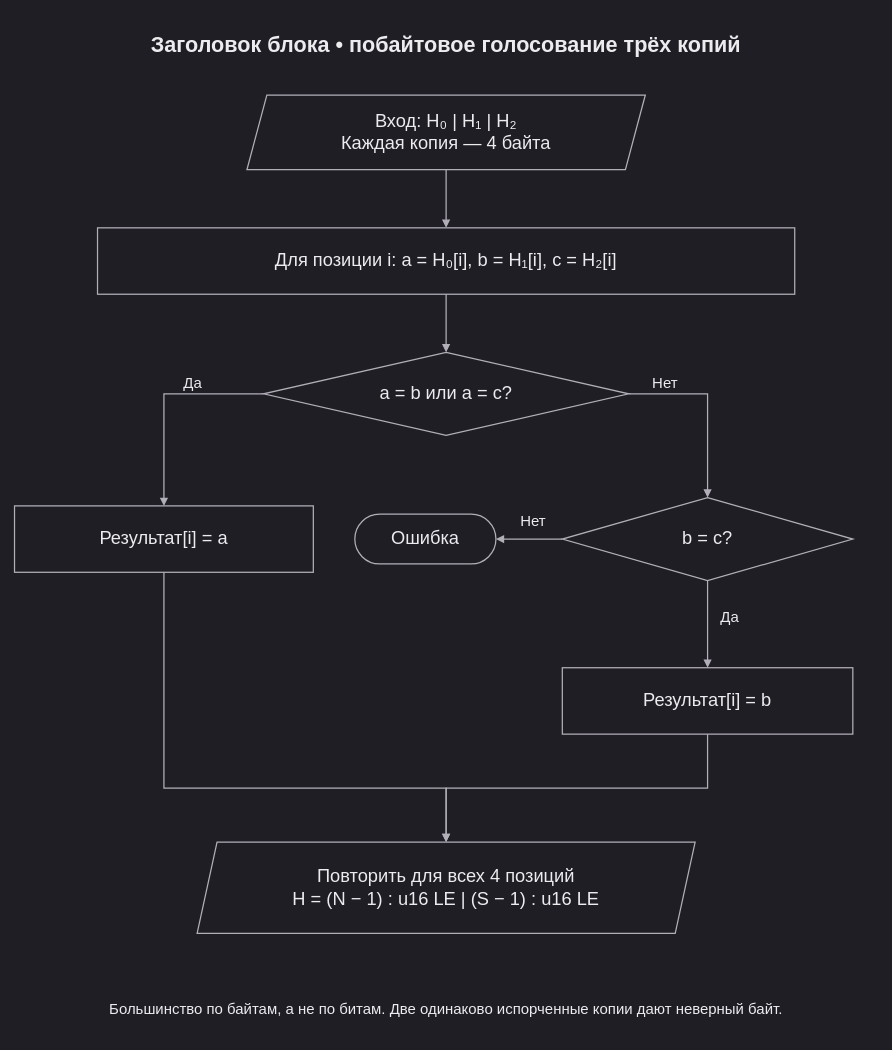
Above: page "triplication" (27 of 29) of docs/diagrams.drawio in SM1LEK/TEST (draw.io), before the change. Source tidied: cells renumbered, new cells numbered last; positions are measured from the earlier drawing's top-left corner, leaving out a move shared by most shapes. Both pictures are drawn from the tidied source at 83%, with x=0, y=0 at pixel (14, 23).
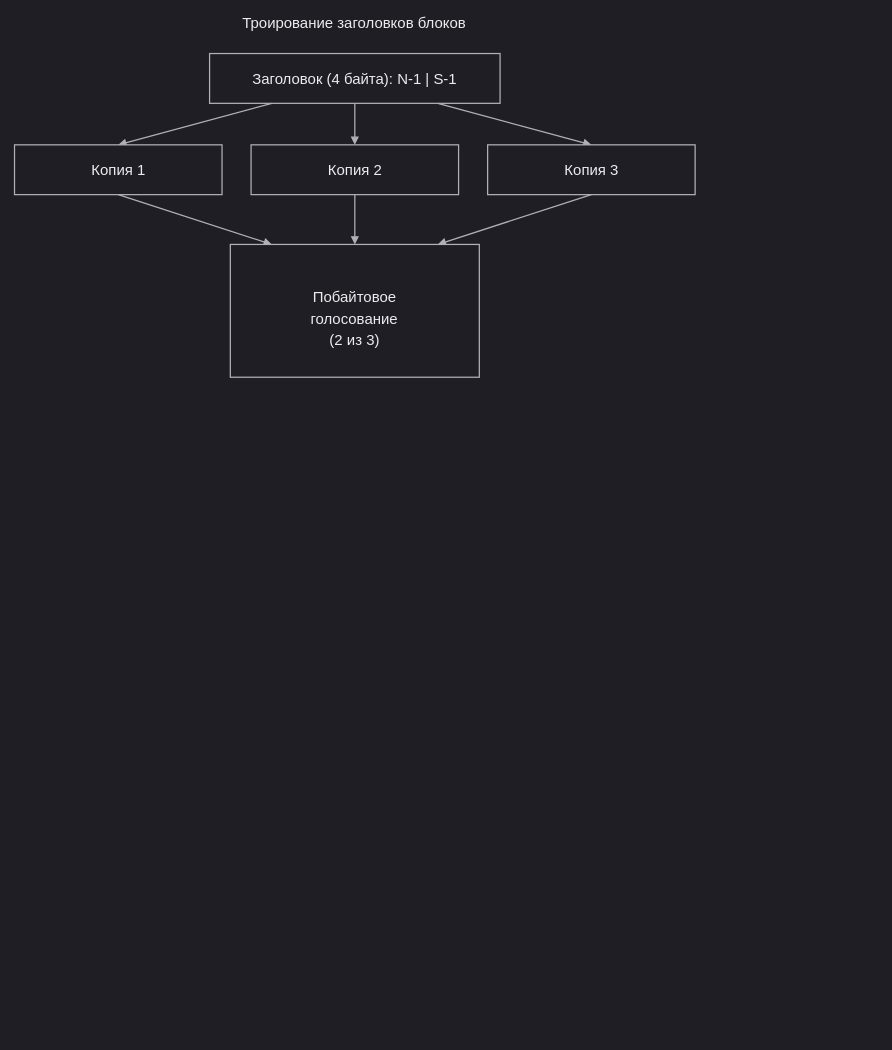
Above is the later version.

The edit, as a diff of the source:
```diff
@@
-    <mxCell id="2" value="Заголовок блока • побайтовое голосование трёх копий" style="text;whiteSpace=wrap;html=0;fontFamily=Arial;fontSize=26;fontColor=#ececef;strokeColor=#b3afb9;fillColor=#1f1e24;strokeWidth=1.5;align=center;verticalAlign=middle;spacing=10;labelBackgroundColor=none;fontStyle=1;strokeColor=none;fillColor=none;" parent="1" vertex="1">
-      <mxGeometry width="1040" height="52" as="geometry" />
-    </mxCell>
-    <mxCell id="3" value="Вход: H₀ | H₁ | H₂&#10;Каждая копия — 4 байта" style="whiteSpace=wrap;html=0;fontFamily=Arial;fontSize=22;fontColor=#ececef;strokeColor=#b3afb9;fillColor=#1f1e24;strokeWidth=1.5;align=center;verticalAlign=middle;spacing=10;labelBackgroundColor=none;shape=parallelogram;perimeter=parallelogramPerimeter;fixedSize=1;size=24;" parent="1" vertex="1">
-      <mxGeometry x="280" y="86" width="480" height="90" as="geometry" />
-    </mxCell>
-    <mxCell id="4" value="Для позиции i: a = H₀[i], b = H₁[i], c = H₂[i]" style="whiteSpace=wrap;html=0;fontFamily=Arial;fontSize=22;fontColor=#ececef;strokeColor=#b3afb9;fillColor=#1f1e24;strokeWidth=1.5;align=center;verticalAlign=middle;spacing=10;labelBackgroundColor=none;rounded=0;" parent="1" vertex="1">
-      <mxGeometry x="100" y="246" width="840" height="80" as="geometry" />
-    </mxCell>
-    <mxCell id="5" value="a = b или a = c?" style="whiteSpace=wrap;html=0;fontFamily=Arial;fontSize=22;fontColor=#ececef;strokeColor=#b3afb9;fillColor=#1f1e24;strokeWidth=1.5;align=center;verticalAlign=middle;spacing=10;labelBackgroundColor=none;shape=rhombus;perimeter=rhombusPerimeter;" parent="1" vertex="1">
-      <mxGeometry x="300" y="396" width="440" height="100" as="geometry" />
-    </mxCell>
-    <mxCell id="6" value="Результат[i] = a" style="whiteSpace=wrap;html=0;fontFamily=Arial;fontSize=22;fontColor=#ececef;strokeColor=#b3afb9;fillColor=#1f1e24;strokeWidth=1.5;align=center;verticalAlign=middle;spacing=10;labelBackgroundColor=none;rounded=0;" parent="1" vertex="1">
-      <mxGeometry y="581" width="360" height="80" as="geometry" />
-    </mxCell>
-    <mxCell id="7" value="b = c?" style="whiteSpace=wrap;html=0;fontFamily=Arial;fontSize=22;fontColor=#ececef;strokeColor=#b3afb9;fillColor=#1f1e24;strokeWidth=1.5;align=center;verticalAlign=middle;spacing=10;labelBackgroundColor=none;shape=rhombus;perimeter=rhombusPerimeter;" parent="1" vertex="1">
-      <mxGeometry x="660" y="571" width="350" height="100" as="geometry" />
-    </mxCell>
-    <mxCell id="8" value="Результат[i] = b" style="whiteSpace=wrap;html=0;fontFamily=Arial;fontSize=22;fontColor=#ececef;strokeColor=#b3afb9;fillColor=#1f1e24;strokeWidth=1.5;align=center;verticalAlign=middle;spacing=10;labelBackgroundColor=none;rounded=0;" parent="1" vertex="1">
-      <mxGeometry x="660" y="776" width="350" height="80" as="geometry" />
-    </mxCell>
-    <mxCell id="9" value="Ошибка" style="whiteSpace=wrap;html=0;fontFamily=Arial;fontSize=22;fontColor=#ececef;strokeColor=#b3afb9;fillColor=#1f1e24;strokeWidth=1.5;align=center;verticalAlign=middle;spacing=10;labelBackgroundColor=none;rounded=1;absoluteArcSize=1;arcSize=60;" parent="1" vertex="1">
-      <mxGeometry x="410" y="591" width="170" height="60" as="geometry" />
-    </mxCell>
-    <mxCell id="10" style="edgeStyle=none;rounded=0;html=0;strokeColor=#b3afb9;strokeWidth=1.5;endArrow=block;endFill=1;exitX=0.5;exitY=1;entryX=0.5;entryY=0;exitPerimeter=1;entryPerimeter=1;dashed=0;" parent="1" edge="1" source="3" target="4">
-      <mxGeometry relative="1" as="geometry" />
-    </mxCell>
-    <mxCell id="11" style="edgeStyle=none;rounded=0;html=0;strokeColor=#b3afb9;strokeWidth=1.5;endArrow=block;endFill=1;exitX=0.5;exitY=1;entryX=0.5;entryY=0;exitPerimeter=1;entryPerimeter=1;dashed=0;" parent="1" edge="1" source="4" target="5">
-      <mxGeometry relative="1" as="geometry" />
-    </mxCell>
-    <mxCell id="12" style="edgeStyle=none;rounded=0;html=0;strokeColor=#b3afb9;strokeWidth=1.5;endArrow=block;endFill=1;exitX=0;exitY=0.5;entryX=0.5;entryY=0;exitPerimeter=1;entryPerimeter=1;dashed=0;" parent="1" edge="1" source="5" target="6">
-      <mxGeometry relative="1" as="geometry">
-        <Array as="points">
-          <mxPoint x="180" y="446" />
-        </Array>
-      </mxGeometry>
-    </mxCell>
-    <mxCell id="13" value="Да" style="text;whiteSpace=wrap;html=0;fontFamily=Arial;fontSize=18;fontColor=#ececef;strokeColor=#b3afb9;fillColor=#1f1e24;strokeWidth=1.5;align=center;verticalAlign=middle;spacing=10;labelBackgroundColor=none;strokeColor=none;fillColor=none;" parent="1" vertex="1">
-      <mxGeometry x="181" y="420" width="68" height="28" as="geometry" />
-    </mxCell>
-    <mxCell id="14" style="edgeStyle=none;rounded=0;html=0;strokeColor=#b3afb9;strokeWidth=1.5;endArrow=block;endFill=1;exitX=1;exitY=0.5;entryX=0.5;entryY=0;exitPerimeter=1;entryPerimeter=1;dashed=0;" parent="1" edge="1" source="5" target="7">
-      <mxGeometry relative="1" as="geometry">
-        <Array as="points">
-          <mxPoint x="835" y="446" />
-        </Array>
-      </mxGeometry>
-    </mxCell>
-    <mxCell id="15" value="Нет" style="text;whiteSpace=wrap;html=0;fontFamily=Arial;fontSize=18;fontColor=#ececef;strokeColor=#b3afb9;fillColor=#1f1e24;strokeWidth=1.5;align=center;verticalAlign=middle;spacing=10;labelBackgroundColor=none;strokeColor=none;fillColor=none;" parent="1" vertex="1">
-      <mxGeometry x="750" y="420" width="68" height="28" as="geometry" />
-    </mxCell>
-    <mxCell id="16" style="edgeStyle=none;rounded=0;html=0;strokeColor=#b3afb9;strokeWidth=1.5;endArrow=block;endFill=1;exitX=0.5;exitY=1;entryX=0.5;entryY=0;exitPerimeter=1;entryPerimeter=1;dashed=0;" parent="1" edge="1" source="7" target="8">
-      <mxGeometry relative="1" as="geometry" />
-    </mxCell>
-    <mxCell id="17" value="Да" style="text;whiteSpace=wrap;html=0;fontFamily=Arial;fontSize=18;fontColor=#ececef;strokeColor=#b3afb9;fillColor=#1f1e24;strokeWidth=1.5;align=center;verticalAlign=middle;spacing=10;labelBackgroundColor=none;strokeColor=none;fillColor=none;" parent="1" vertex="1">
-      <mxGeometry x="828" y="702" width="68" height="28" as="geometry" />
-    </mxCell>
-    <mxCell id="18" style="edgeStyle=none;rounded=0;html=0;strokeColor=#b3afb9;strokeWidth=1.5;endArrow=block;endFill=1;exitX=0;exitY=0.5;entryX=1;entryY=0.5;exitPerimeter=1;entryPerimeter=1;dashed=0;" parent="1" edge="1" source="7" target="9">
-      <mxGeometry relative="1" as="geometry" />
-    </mxCell>
-    <mxCell id="19" value="Нет" style="text;whiteSpace=wrap;html=0;fontFamily=Arial;fontSize=18;fontColor=#ececef;strokeColor=#b3afb9;fillColor=#1f1e24;strokeWidth=1.5;align=center;verticalAlign=middle;spacing=10;labelBackgroundColor=none;strokeColor=none;fillColor=none;" parent="1" vertex="1">
-      <mxGeometry x="591" y="586" width="68" height="28" as="geometry" />
-    </mxCell>
-    <mxCell id="20" value="Повторить для всех 4 позиций&#10;H = (N − 1) : u16 LE | (S − 1) : u16 LE" style="whiteSpace=wrap;html=0;fontFamily=Arial;fontSize=22;fontColor=#ececef;strokeColor=#b3afb9;fillColor=#1f1e24;strokeWidth=1.5;align=center;verticalAlign=middle;spacing=10;labelBackgroundColor=none;shape=parallelogram;perimeter=parallelogramPerimeter;fixedSize=1;size=24;" parent="1" vertex="1">
-      <mxGeometry x="220" y="986" width="600" height="110" as="geometry" />
-    </mxCell>
-    <mxCell id="21" style="edgeStyle=none;rounded=0;html=0;strokeColor=#b3afb9;strokeWidth=1.5;endArrow=block;endFill=1;exitX=0.5;exitY=1;entryX=0.5;entryY=0;exitPerimeter=1;entryPerimeter=1;dashed=0;" parent="1" edge="1" source="6" target="20">
-      <mxGeometry relative="1" as="geometry">
-        <Array as="points">
-          <mxPoint x="180" y="921" />
-          <mxPoint x="520" y="921" />
-        </Array>
-      </mxGeometry>
-    </mxCell>
-    <mxCell id="22" style="edgeStyle=none;rounded=0;html=0;strokeColor=#b3afb9;strokeWidth=1.5;endArrow=block;endFill=1;exitX=0.5;exitY=1;entryX=0.5;entryY=0;exitPerimeter=1;entryPerimeter=1;dashed=0;" parent="1" edge="1" source="8" target="20">
-      <mxGeometry relative="1" as="geometry">
-        <Array as="points">
-          <mxPoint x="835" y="921" />
-          <mxPoint x="520" y="921" />
-        </Array>
-      </mxGeometry>
-    </mxCell>
-    <mxCell id="23" value="Большинство по байтам, а не по битам. Две одинаково испорченные копии дают неверный байт." style="text;whiteSpace=wrap;html=0;fontFamily=Arial;fontSize=18;fontColor=#ececef;strokeColor=#b3afb9;fillColor=#1f1e24;strokeWidth=1.5;align=center;verticalAlign=middle;spacing=10;labelBackgroundColor=none;strokeColor=none;fillColor=none;" parent="1" vertex="1">
-      <mxGeometry y="1156" width="1040" height="64" as="geometry" />
-    </mxCell>
+    <mxCell id="24" value="Троирование заголовков блоков" style="text;whiteSpace=wrap;html=0;fillColor=#1f1e24;strokeColor=#b3afb9;fontColor=#ececef;fontFamily=Arial;strokeWidth=1.5;spacing=0;align=center;verticalAlign=middle;labelBackgroundColor=none;fillColor=none;strokeColor=none;fontSize=18.0;fontStyle=0;" parent="1" vertex="1">
+      <mxGeometry x="269.3" y="-11.6" width="281.4" height="23" as="geometry" />
+    </mxCell>
+    <mxCell id="25" style="whiteSpace=wrap;html=0;fillColor=#1f1e24;strokeColor=#b3afb9;fontColor=#ececef;fontFamily=Arial;strokeWidth=1.5;spacing=0;align=center;verticalAlign=middle;labelBackgroundColor=none;rounded=0;" parent="1" vertex="1">
+      <mxGeometry x="235" y="36" width="350" height="60" as="geometry" />
+    </mxCell>
+    <mxCell id="26" value="Заголовок (4 байта): N-1 | S-1" style="text;whiteSpace=wrap;html=0;fillColor=#1f1e24;strokeColor=#b3afb9;fontColor=#ececef;fontFamily=Arial;strokeWidth=1.5;spacing=0;align=center;verticalAlign=middle;labelBackgroundColor=none;fillColor=none;strokeColor=none;fontSize=18.0;fontStyle=0;" parent="1" vertex="1">
+      <mxGeometry x="280.8" y="55.4" width="258.4" height="23" as="geometry" />
+    </mxCell>
+    <mxCell id="27" style="edgeStyle=none;rounded=0;html=0;strokeColor=#b3afb9;strokeWidth=1.5;endArrow=block;endFill=1;dashed=0;jumpStyle=arc;jumpSize=8;" parent="1" edge="1">
+      <mxGeometry relative="1" as="geometry">
+        <mxPoint x="310" y="96" as="sourcePoint" />
+        <mxPoint x="125" y="146" as="targetPoint" />
+      </mxGeometry>
+    </mxCell>
+    <mxCell id="28" style="edgeStyle=none;rounded=0;html=0;strokeColor=#b3afb9;strokeWidth=1.5;endArrow=block;endFill=1;dashed=0;jumpStyle=arc;jumpSize=8;" parent="1" edge="1">
+      <mxGeometry relative="1" as="geometry">
+        <mxPoint x="410" y="96" as="sourcePoint" />
+        <mxPoint x="410" y="146" as="targetPoint" />
+      </mxGeometry>
+    </mxCell>
+    <mxCell id="29" style="edgeStyle=none;rounded=0;html=0;strokeColor=#b3afb9;strokeWidth=1.5;endArrow=block;endFill=1;dashed=0;jumpStyle=arc;jumpSize=8;" parent="1" edge="1">
+      <mxGeometry relative="1" as="geometry">
+        <mxPoint x="510" y="96" as="sourcePoint" />
+        <mxPoint x="695" y="146" as="targetPoint" />
+      </mxGeometry>
+    </mxCell>
+    <mxCell id="30" style="whiteSpace=wrap;html=0;fillColor=#1f1e24;strokeColor=#b3afb9;fontColor=#ececef;fontFamily=Arial;strokeWidth=1.5;spacing=0;align=center;verticalAlign=middle;labelBackgroundColor=none;rounded=0;" parent="1" vertex="1">
+      <mxGeometry y="146" width="250" height="60" as="geometry" />
+    </mxCell>
+    <mxCell id="31" value="Копия 1" style="text;whiteSpace=wrap;html=0;fillColor=#1f1e24;strokeColor=#b3afb9;fontColor=#ececef;fontFamily=Arial;strokeWidth=1.5;spacing=0;align=center;verticalAlign=middle;labelBackgroundColor=none;fillColor=none;strokeColor=none;fontSize=18.0;fontStyle=0;" parent="1" vertex="1">
+      <mxGeometry x="86.5" y="165.4" width="77.1" height="23" as="geometry" />
+    </mxCell>
+    <mxCell id="32" style="whiteSpace=wrap;html=0;fillColor=#1f1e24;strokeColor=#b3afb9;fontColor=#ececef;fontFamily=Arial;strokeWidth=1.5;spacing=0;align=center;verticalAlign=middle;labelBackgroundColor=none;rounded=0;" parent="1" vertex="1">
+      <mxGeometry x="285" y="146" width="250" height="60" as="geometry" />
+    </mxCell>
+    <mxCell id="33" value="Копия 2" style="text;whiteSpace=wrap;html=0;fillColor=#1f1e24;strokeColor=#b3afb9;fontColor=#ececef;fontFamily=Arial;strokeWidth=1.5;spacing=0;align=center;verticalAlign=middle;labelBackgroundColor=none;fillColor=none;strokeColor=none;fontSize=18.0;fontStyle=0;" parent="1" vertex="1">
+      <mxGeometry x="371.5" y="165.4" width="77.1" height="23" as="geometry" />
+    </mxCell>
+    <mxCell id="34" style="whiteSpace=wrap;html=0;fillColor=#1f1e24;strokeColor=#b3afb9;fontColor=#ececef;fontFamily=Arial;strokeWidth=1.5;spacing=0;align=center;verticalAlign=middle;labelBackgroundColor=none;rounded=0;" parent="1" vertex="1">
+      <mxGeometry x="570" y="146" width="250" height="60" as="geometry" />
+    </mxCell>
+    <mxCell id="35" value="Копия 3" style="text;whiteSpace=wrap;html=0;fillColor=#1f1e24;strokeColor=#b3afb9;fontColor=#ececef;fontFamily=Arial;strokeWidth=1.5;spacing=0;align=center;verticalAlign=middle;labelBackgroundColor=none;fillColor=none;strokeColor=none;fontSize=18.0;fontStyle=0;" parent="1" vertex="1">
+      <mxGeometry x="656.5" y="165.4" width="77.1" height="23" as="geometry" />
+    </mxCell>
+    <mxCell id="36" style="edgeStyle=none;rounded=0;html=0;strokeColor=#b3afb9;strokeWidth=1.5;endArrow=block;endFill=1;dashed=0;jumpStyle=arc;jumpSize=8;" parent="1" edge="1">
+      <mxGeometry relative="1" as="geometry">
+        <mxPoint x="125" y="206" as="sourcePoint" />
+        <mxPoint x="310" y="266" as="targetPoint" />
+      </mxGeometry>
+    </mxCell>
+    <mxCell id="37" style="edgeStyle=none;rounded=0;html=0;strokeColor=#b3afb9;strokeWidth=1.5;endArrow=block;endFill=1;dashed=0;jumpStyle=arc;jumpSize=8;" parent="1" edge="1">
+      <mxGeometry relative="1" as="geometry">
+        <mxPoint x="410" y="206" as="sourcePoint" />
+        <mxPoint x="410" y="266" as="targetPoint" />
+      </mxGeometry>
+    </mxCell>
+    <mxCell id="38" style="edgeStyle=none;rounded=0;html=0;strokeColor=#b3afb9;strokeWidth=1.5;endArrow=block;endFill=1;dashed=0;jumpStyle=arc;jumpSize=8;" parent="1" edge="1">
+      <mxGeometry relative="1" as="geometry">
+        <mxPoint x="695" y="206" as="sourcePoint" />
+        <mxPoint x="510" y="266" as="targetPoint" />
+      </mxGeometry>
+    </mxCell>
+    <mxCell id="39" style="whiteSpace=wrap;html=0;fillColor=#1f1e24;strokeColor=#b3afb9;fontColor=#ececef;fontFamily=Arial;strokeWidth=1.5;spacing=0;align=center;verticalAlign=middle;labelBackgroundColor=none;rounded=0;" parent="1" vertex="1">
+      <mxGeometry x="260" y="266" width="300" height="160" as="geometry" />
+    </mxCell>
+    <mxCell id="40" value="Побайтовое" style="text;whiteSpace=wrap;html=0;fillColor=#1f1e24;strokeColor=#b3afb9;fontColor=#ececef;fontFamily=Arial;strokeWidth=1.5;spacing=0;align=center;verticalAlign=middle;labelBackgroundColor=none;fillColor=none;strokeColor=none;fontSize=18.0;fontStyle=0;" parent="1" vertex="1">
+      <mxGeometry x="353.8" y="318.4" width="112.4" height="23" as="geometry" />
+    </mxCell>
+    <mxCell id="41" value="голосование" style="text;whiteSpace=wrap;html=0;fillColor=#1f1e24;strokeColor=#b3afb9;fontColor=#ececef;fontFamily=Arial;strokeWidth=1.5;spacing=0;align=center;verticalAlign=middle;labelBackgroundColor=none;fillColor=none;strokeColor=none;fontSize=18.0;fontStyle=0;" parent="1" vertex="1">
+      <mxGeometry x="351.4" y="344.4" width="117.1" height="23" as="geometry" />
+    </mxCell>
+    <mxCell id="42" value="(2 из 3)" style="text;whiteSpace=wrap;html=0;fillColor=#1f1e24;strokeColor=#b3afb9;fontColor=#ececef;fontFamily=Arial;strokeWidth=1.5;spacing=0;align=center;verticalAlign=middle;labelBackgroundColor=none;fillColor=none;strokeColor=none;fontSize=18.0;fontStyle=0;" parent="1" vertex="1">
+      <mxGeometry x="373.8" y="370.4" width="72.3" height="23" as="geometry" />
+    </mxCell>
```
